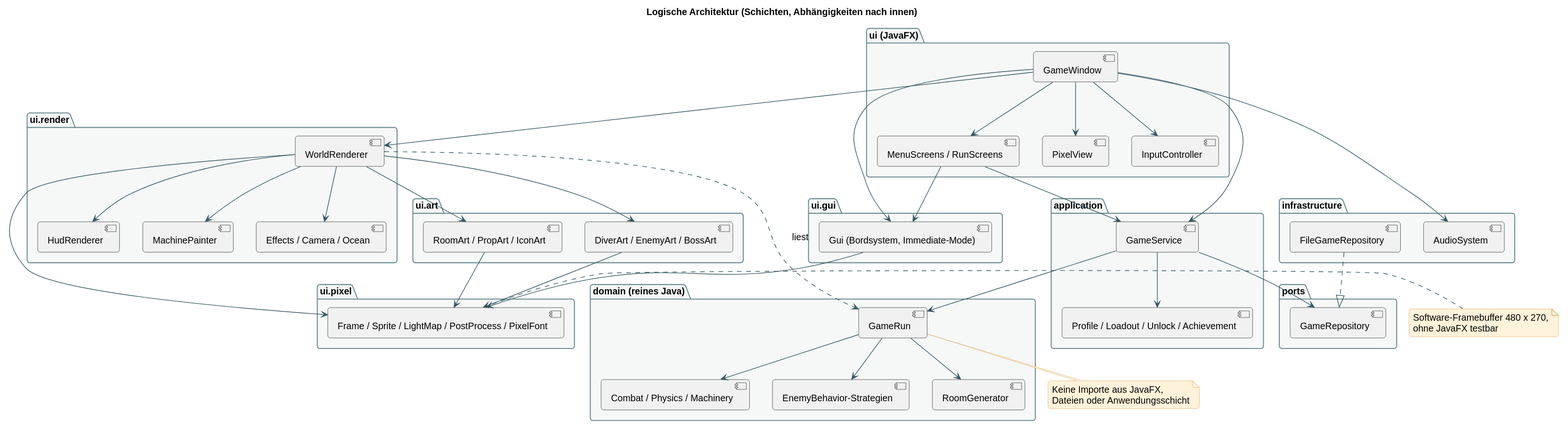
The PlantUML diagram docs/diagrams/03-architecture.svg in bassdav2/abyss, before a commit. The source it was exported from:
```plantuml
@startuml
skinparam backgroundColor #FFFFFF
skinparam defaultFontName Arial
skinparam defaultFontSize 14
skinparam shadowing false
skinparam roundcorner 8
skinparam ArrowColor #355863
skinparam classBackgroundColor #EAF3F2
skinparam classBorderColor #355863
skinparam participantBackgroundColor #EAF3F2
skinparam participantBorderColor #355863
skinparam sequenceLifeLineBorderColor #7A979C
skinparam noteBackgroundColor #FFF2DA
skinparam noteBorderColor #D8AA64
skinparam packageBackgroundColor #F5F8F7
skinparam packageBorderColor #6E8B91
skinparam stateBackgroundColor #EAF3F2
skinparam stateBorderColor #355863
hide empty members
title Logische Architektur (Schichten, Abhängigkeiten nach innen)
package "ui (JavaFX)" {
 [GameWindow] as GW
 [MenuScreens / RunScreens] as Screens
 [PixelView] as PV
 [InputController] as IC
}
package "ui.gui" {
 [Gui (Bordsystem, Immediate-Mode)] as Gui
}
package "ui.render" {
 [WorldRenderer] as WR
 [HudRenderer] as HR
 [MachinePainter] as MP
 [Effects / Camera / Ocean] as FX
}
package "ui.art" {
 [DiverArt / EnemyArt / BossArt] as Art
 [RoomArt / PropArt / IconArt] as RoomArt
}
package "ui.pixel" {
 [Frame / Sprite / LightMap / PostProcess / PixelFont] as Pixel
}
package "application" {
 [GameService] as GS
 [Profile / Loadout / Unlock / Achievement] as Meta
}
package "ports" {
 [GameRepository] as Port
}
package "infrastructure" {
 [FileGameRepository] as File
 [AudioSystem] as Audio
}
package "domain (reines Java)" {
 [GameRun] as Run
 [Combat / Physics / Machinery] as Rules
 [EnemyBehavior-Strategien] as AI
 [RoomGenerator] as Gen
}
GW --> Screens
GW --> Gui
Screens --> Gui
Gui --> Pixel
GW --> WR
WR --> MP
GW --> IC
GW --> PV
GW --> GS
GW --> Audio
Screens --> GS
WR --> HR
WR --> FX
WR --> Art
WR --> RoomArt
WR --> Pixel
Art --> Pixel
RoomArt --> Pixel
WR ..> Run : liest
GS --> Run
GS --> Meta
GS --> Port
File ..|> Port
Run --> Rules
Run --> AI
Run --> Gen
note bottom of Run : Keine Importe aus JavaFX,\nDateien oder Anwendungsschicht
note right of Pixel : Software-Framebuffer 480 x 270,\nohne JavaFX testbar
@enduml
```
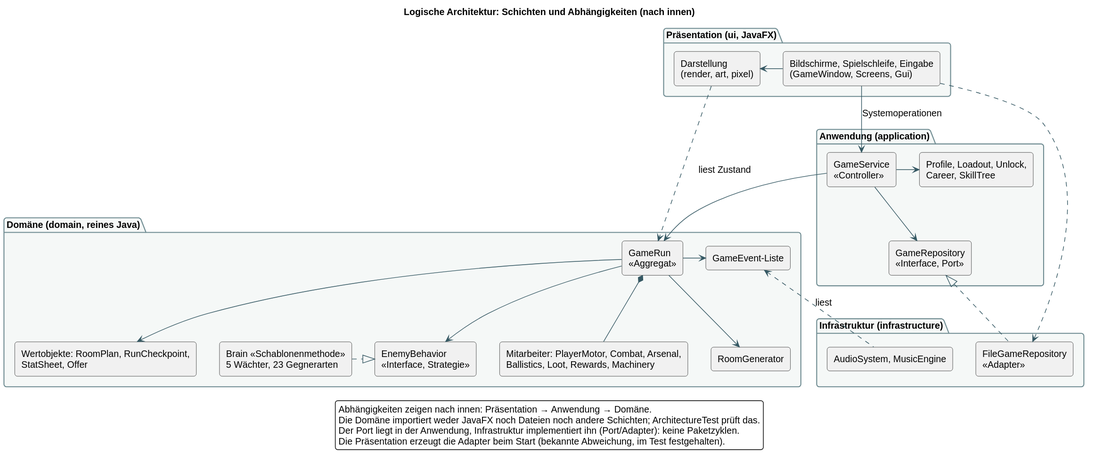
Later version of the same file.

The edit, as a diff of the source:
```diff
@@ -17,72 +17,49 @@
 skinparam stateBackgroundColor #EAF3F2
 skinparam stateBorderColor #355863
 hide empty members
-title Logische Architektur (Schichten, Abhängigkeiten nach innen)
-package "ui (JavaFX)" {
- [GameWindow] as GW
- [MenuScreens / RunScreens] as Screens
- [PixelView] as PV
- [InputController] as IC
+title Logische Architektur: Schichten und Abhängigkeiten (nach innen)
+skinparam componentStyle rectangle
+package "Präsentation (ui, JavaFX)" {
+ [Bildschirme, Spielschleife, Eingabe\n(GameWindow, Screens, Gui)] as Screens
+ [Darstellung\n(render, art, pixel)] as Render
 }
-package "ui.gui" {
- [Gui (Bordsystem, Immediate-Mode)] as Gui
+package "Anwendung (application)" {
+ [GameService\n«Controller»] as GS
+ [Profile, Loadout, Unlock,\nCareer, SkillTree] as Meta
+ [GameRepository\n«Interface, Port»] as Port
 }
-package "ui.render" {
- [WorldRenderer] as WR
- [HudRenderer] as HR
- [MachinePainter] as MP
- [Effects / Camera / Ocean] as FX
+package "Domäne (domain, reines Java)" {
+ [GameRun\n«Aggregat»] as Run
+ [Mitarbeiter: PlayerMotor, Combat, Arsenal,\nBallistics, Loot, Rewards, Machinery] as Coll
+ [EnemyBehavior\n«Interface, Strategie»] as Beh
+ [Brain «Schablonenmethode»\n5 Wächter, 23 Gegnerarten] as Brain
+ [RoomGenerator] as Gen
+ [Wertobjekte: RoomPlan, RunCheckpoint,\nStatSheet, Offer] as VO
+ [GameEvent-Liste] as Ev
 }
-package "ui.art" {
- [DiverArt / EnemyArt / BossArt] as Art
- [RoomArt / PropArt / IconArt] as RoomArt
+package "Infrastruktur (infrastructure)" {
+ [FileGameRepository\n«Adapter»] as File
+ [AudioSystem, MusicEngine] as Audio
 }
-package "ui.pixel" {
- [Frame / Sprite / LightMap / PostProcess / PixelFont] as Pixel
-}
-package "application" {
- [GameService] as GS
- [Profile / Loadout / Unlock / Achievement] as Meta
-}
-package "ports" {
- [GameRepository] as Port
-}
-package "infrastructure" {
- [FileGameRepository] as File
- [AudioSystem] as Audio
-}
-package "domain (reines Java)" {
- [GameRun] as Run
- [Combat / Physics / Machinery] as Rules
- [EnemyBehavior-Strategien] as AI
- [RoomGenerator] as Gen
-}
-GW --> Screens
-GW --> Gui
-Screens --> Gui
-Gui --> Pixel
-GW --> WR
-WR --> MP
-GW --> IC
-GW --> PV
-GW --> GS
-GW --> Audio
-Screens --> GS
-WR --> HR
-WR --> FX
-WR --> Art
-WR --> RoomArt
-WR --> Pixel
-Art --> Pixel
-RoomArt --> Pixel
-WR ..> Run : liest
-GS --> Run
-GS --> Meta
-GS --> Port
-File ..|> Port
-Run --> Rules
-Run --> AI
-Run --> Gen
-note bottom of Run : Keine Importe aus JavaFX,\nDateien oder Anwendungsschicht
-note right of Pixel : Software-Framebuffer 480 x 270,\nohne JavaFX testbar
+Screens -down-> GS : Systemoperationen
+Screens -right-> Render
+Render .down.> Run : liest Zustand
+GS -down-> Run
+GS -right-> Meta
+GS -down-> Port
+File .up.|> Port
+Audio .left.> Ev : liest
+Run *-down- Coll
+Run -down-> Beh
+Brain .right.|> Beh
+Run -down-> Gen
+Run -down-> VO
+Run -right-> Ev
+Screens .right.> File
+legend bottom
+ Abhängigkeiten zeigen nach innen: Präsentation → Anwendung → Domäne.
+ Die Domäne importiert weder JavaFX noch Dateien noch andere Schichten; ArchitectureTest prüft das.
+ Der Port liegt in der Anwendung, Infrastruktur implementiert ihn (Port/Adapter): keine Paketzyklen.
+ Die Präsentation erzeugt die Adapter beim Start (bekannte Abweichung, im Test festgehalten).
+endlegend
 @enduml
```
